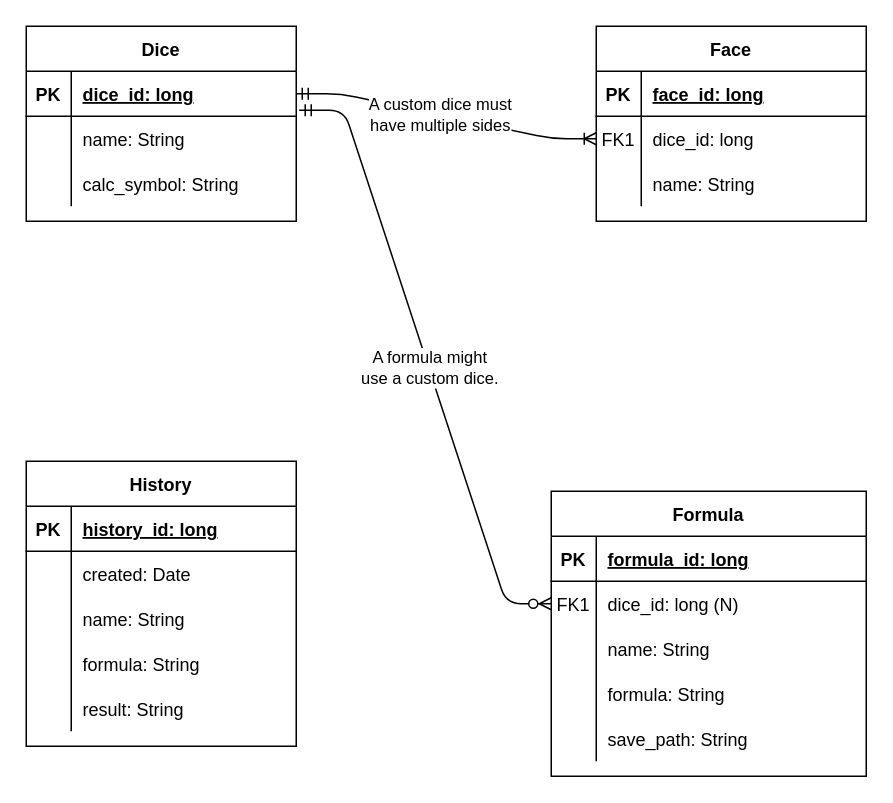
Above: docs/work/erd.drawio in ddc-java-12/personal-android-project-darbach (draw.io), before the change. Source tidied: cells renumbered, new cells numbered last; positions are measured from the earlier drawing's top-left corner, leaving out a move shared by most shapes. Both pictures are drawn from the tidied source at 150%, with x=0, y=0 at pixel (26, 26).
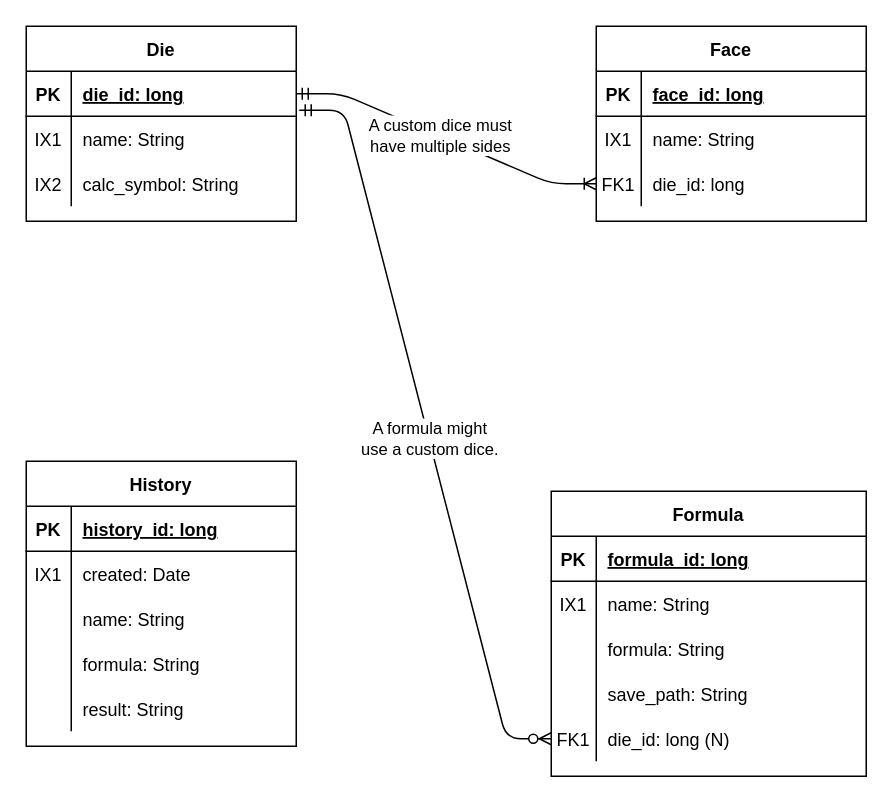
Above is the later version.

Unchanged cells that the change refers to:
```xml
<mxCell id="3" style="shape=partialRectangle;fillColor=none;top=0;left=0;bottom=1;right=0;points=[[0,0.5],[1,0.5]];portConstraint=eastwest;" parent="2" vertex="1">
  <mxGeometry y="30" width="180" height="30" as="geometry" />
</mxCell>
<mxCell id="6" style="shape=partialRectangle;fillColor=none;top=0;left=0;bottom=0;right=0;points=[[0,0.5],[1,0.5]];portConstraint=eastwest;" parent="2" vertex="1">
  <mxGeometry y="60" width="180" height="30" as="geometry" />
</mxCell>
<mxCell id="9" style="shape=partialRectangle;fillColor=none;top=0;left=0;bottom=0;right=0;" parent="2" vertex="1">
  <mxGeometry y="90" width="180" height="30" as="geometry" />
</mxCell>
<mxCell id="12" value="Formula" style="shape=table;startSize=30;childLayout=tableLayout;rowLines=0;fontStyle=1;align=center;" parent="1" vertex="1">
  <mxGeometry x="350" y="310" width="210" height="190" as="geometry" />
</mxCell>
<mxCell id="28" value="Face" style="shape=table;startSize=30;childLayout=tableLayout;rowLines=0;fontStyle=1;align=center;" parent="1" vertex="1">
  <mxGeometry x="380" width="180" height="130" as="geometry" />
</mxCell>
<mxCell id="44" style="shape=partialRectangle;fillColor=none;top=0;left=0;bottom=0;right=0;" parent="40" vertex="1">
  <mxGeometry y="60" width="180" height="30" as="geometry" />
</mxCell>
```

Diff of the diagram source:
```diff
@@
-    <mxCell id="2" value="Dice" style="shape=table;startSize=30;childLayout=tableLayout;rowLines=0;fontStyle=1;align=center;" parent="1" vertex="1">
+    <mxCell id="2" value="Die" style="shape=table;startSize=30;childLayout=tableLayout;rowLines=0;fontStyle=1;align=center;" parent="1" vertex="1">
       <mxGeometry width="180" height="130" as="geometry" />
     </mxCell>
@@
-    <mxCell id="5" value="dice_id: long" style="shape=partialRectangle;fillColor=none;top=0;left=0;bottom=0;right=0;align=left;spacingLeft=6;fontStyle=5;overflow=hidden;" parent="3" vertex="1">
+    <mxCell id="5" value="die_id: long" style="shape=partialRectangle;fillColor=none;top=0;left=0;bottom=0;right=0;align=left;spacingLeft=6;fontStyle=5;overflow=hidden;" parent="3" vertex="1">
       <mxGeometry x="30" width="150" height="30" as="geometry" />
     </mxCell>
@@
-    <mxCell id="7" style="shape=partialRectangle;fillColor=none;top=0;left=0;bottom=0;right=0;overflow=hidden;" parent="6" vertex="1">
+    <mxCell id="7" value="IX1" style="shape=partialRectangle;fillColor=none;top=0;left=0;bottom=0;right=0;overflow=hidden;" parent="6" vertex="1">
       <mxGeometry width="30" height="30" as="geometry" />
     </mxCell>
@@
-    <mxCell id="10" style="shape=partialRectangle;fillColor=none;top=0;left=0;bottom=0;right=0;overflow=hidden;" parent="9" vertex="1">
+    <mxCell id="10" value="IX2" style="shape=partialRectangle;fillColor=none;top=0;left=0;bottom=0;right=0;overflow=hidden;" parent="9" vertex="1">
       <mxGeometry width="30" height="30" as="geometry" />
     </mxCell>
@@
-    <mxCell id="16" style="shape=partialRectangle;fillColor=none;top=0;left=0;bottom=0;right=0;points=[[0,0.5],[1,0.5]];portConstraint=eastwest;" parent="12" vertex="1">
-      <mxGeometry y="60" width="210" height="30" as="geometry" />
-    </mxCell>
-    <mxCell id="17" value="FK1" style="shape=partialRectangle;fillColor=none;top=0;left=0;bottom=0;right=0;overflow=hidden;" parent="16" vertex="1">
-      <mxGeometry width="30" height="30" as="geometry" />
-    </mxCell>
-    <mxCell id="18" value="dice_id: long (N)" style="shape=partialRectangle;fillColor=none;top=0;left=0;bottom=0;right=0;align=left;spacingLeft=6;overflow=hidden;" parent="16" vertex="1">
-      <mxGeometry x="30" width="180" height="30" as="geometry" />
-    </mxCell>
     <mxCell id="19" style="shape=partialRectangle;fillColor=none;top=0;left=0;bottom=0;right=0;" parent="12" vertex="1">
-      <mxGeometry y="90" width="210" height="30" as="geometry" />
+      <mxGeometry y="60" width="210" height="30" as="geometry" />
     </mxCell>
-    <mxCell id="20" style="shape=partialRectangle;fillColor=none;top=0;left=0;bottom=0;right=0;overflow=hidden;" parent="19" vertex="1">
+    <mxCell id="20" value="IX1" style="shape=partialRectangle;fillColor=none;top=0;left=0;bottom=0;right=0;overflow=hidden;" parent="19" vertex="1">
       <mxGeometry width="30" height="30" as="geometry" />
     </mxCell>
@@
     <mxCell id="22" style="shape=partialRectangle;fillColor=none;top=0;left=0;bottom=0;right=0;" parent="12" vertex="1">
-      <mxGeometry y="120" width="210" height="30" as="geometry" />
+      <mxGeometry y="90" width="210" height="30" as="geometry" />
     </mxCell>
@@
     <mxCell id="25" style="shape=partialRectangle;fillColor=none;top=0;left=0;bottom=0;right=0;" parent="12" vertex="1">
-      <mxGeometry y="150" width="210" height="30" as="geometry" />
+      <mxGeometry y="120" width="210" height="30" as="geometry" />
     </mxCell>
@@
+    <mxCell id="16" style="shape=partialRectangle;fillColor=none;top=0;left=0;bottom=0;right=0;points=[[0,0.5],[1,0.5]];portConstraint=eastwest;" parent="12" vertex="1">
+      <mxGeometry y="150" width="210" height="30" as="geometry" />
+    </mxCell>
+    <mxCell id="17" value="FK1" style="shape=partialRectangle;fillColor=none;top=0;left=0;bottom=0;right=0;overflow=hidden;" parent="16" vertex="1">
+      <mxGeometry width="30" height="30" as="geometry" />
+    </mxCell>
+    <mxCell id="18" value="die_id: long (N)" style="shape=partialRectangle;fillColor=none;top=0;left=0;bottom=0;right=0;align=left;spacingLeft=6;overflow=hidden;" parent="16" vertex="1">
+      <mxGeometry x="30" width="180" height="30" as="geometry" />
+    </mxCell>
@@
+    <mxCell id="35" style="shape=partialRectangle;fillColor=none;top=0;left=0;bottom=0;right=0;" parent="28" vertex="1">
+      <mxGeometry y="60" width="180" height="30" as="geometry" />
+    </mxCell>
+    <mxCell id="36" value="IX1" style="shape=partialRectangle;fillColor=none;top=0;left=0;bottom=0;right=0;overflow=hidden;" parent="35" vertex="1">
+      <mxGeometry width="30" height="30" as="geometry" />
+    </mxCell>
+    <mxCell id="37" value="name: String" style="shape=partialRectangle;fillColor=none;top=0;left=0;bottom=0;right=0;align=left;spacingLeft=6;overflow=hidden;" parent="35" vertex="1">
+      <mxGeometry x="30" width="150" height="30" as="geometry" />
+    </mxCell>
     <mxCell id="32" style="shape=partialRectangle;fillColor=none;top=0;left=0;bottom=0;right=0;points=[[0,0.5],[1,0.5]];portConstraint=eastwest;" parent="28" vertex="1">
-      <mxGeometry y="60" width="180" height="30" as="geometry" />
+      <mxGeometry y="90" width="180" height="30" as="geometry" />
     </mxCell>
@@
-    <mxCell id="34" value="dice_id: long" style="shape=partialRectangle;fillColor=none;top=0;left=0;bottom=0;right=0;align=left;spacingLeft=6;overflow=hidden;" parent="32" vertex="1">
+    <mxCell id="34" value="die_id: long" style="shape=partialRectangle;fillColor=none;top=0;left=0;bottom=0;right=0;align=left;spacingLeft=6;overflow=hidden;" parent="32" vertex="1">
       <mxGeometry x="30" width="150" height="30" as="geometry" />
     </mxCell>
-    <mxCell id="35" style="shape=partialRectangle;fillColor=none;top=0;left=0;bottom=0;right=0;" parent="28" vertex="1">
-      <mxGeometry y="90" width="180" height="30" as="geometry" />
-    </mxCell>
-    <mxCell id="36" style="shape=partialRectangle;fillColor=none;top=0;left=0;bottom=0;right=0;overflow=hidden;" parent="35" vertex="1">
-      <mxGeometry width="30" height="30" as="geometry" />
-    </mxCell>
-    <mxCell id="37" value="name: String" style="shape=partialRectangle;fillColor=none;top=0;left=0;bottom=0;right=0;align=left;spacingLeft=6;overflow=hidden;" parent="35" vertex="1">
-      <mxGeometry x="30" width="150" height="30" as="geometry" />
-    </mxCell>
@@
-    <mxCell id="45" style="shape=partialRectangle;fillColor=none;top=0;left=0;bottom=0;right=0;overflow=hidden;" parent="44" vertex="1">
+    <mxCell id="45" value="IX1" style="shape=partialRectangle;fillColor=none;top=0;left=0;bottom=0;right=0;overflow=hidden;" parent="44" vertex="1">
       <mxGeometry width="30" height="30" as="geometry" />
     </mxCell>
```
